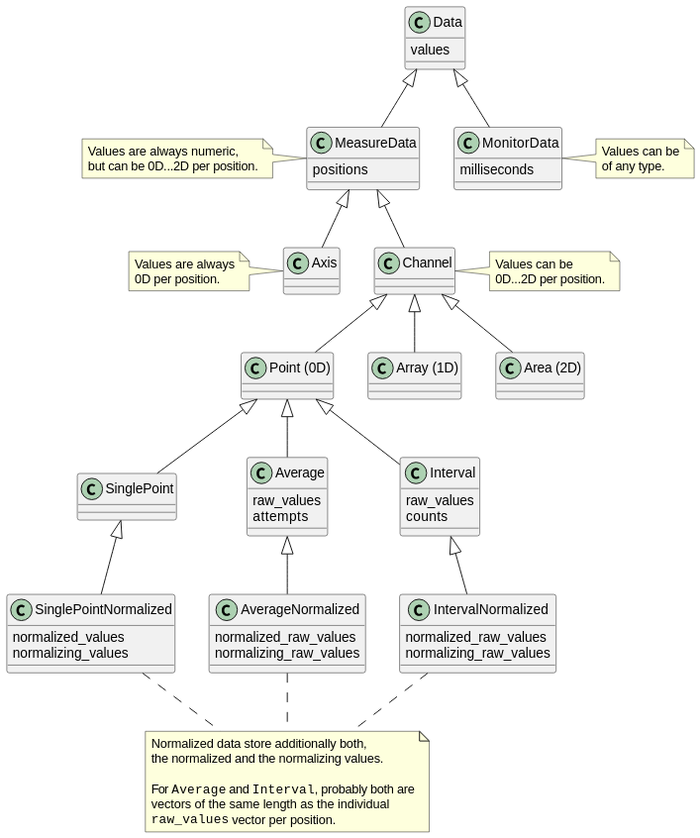
tillbiskup/evedata keeps this PlantUML diagram as docs/uml/data-types.svg. Above is the earlier version.
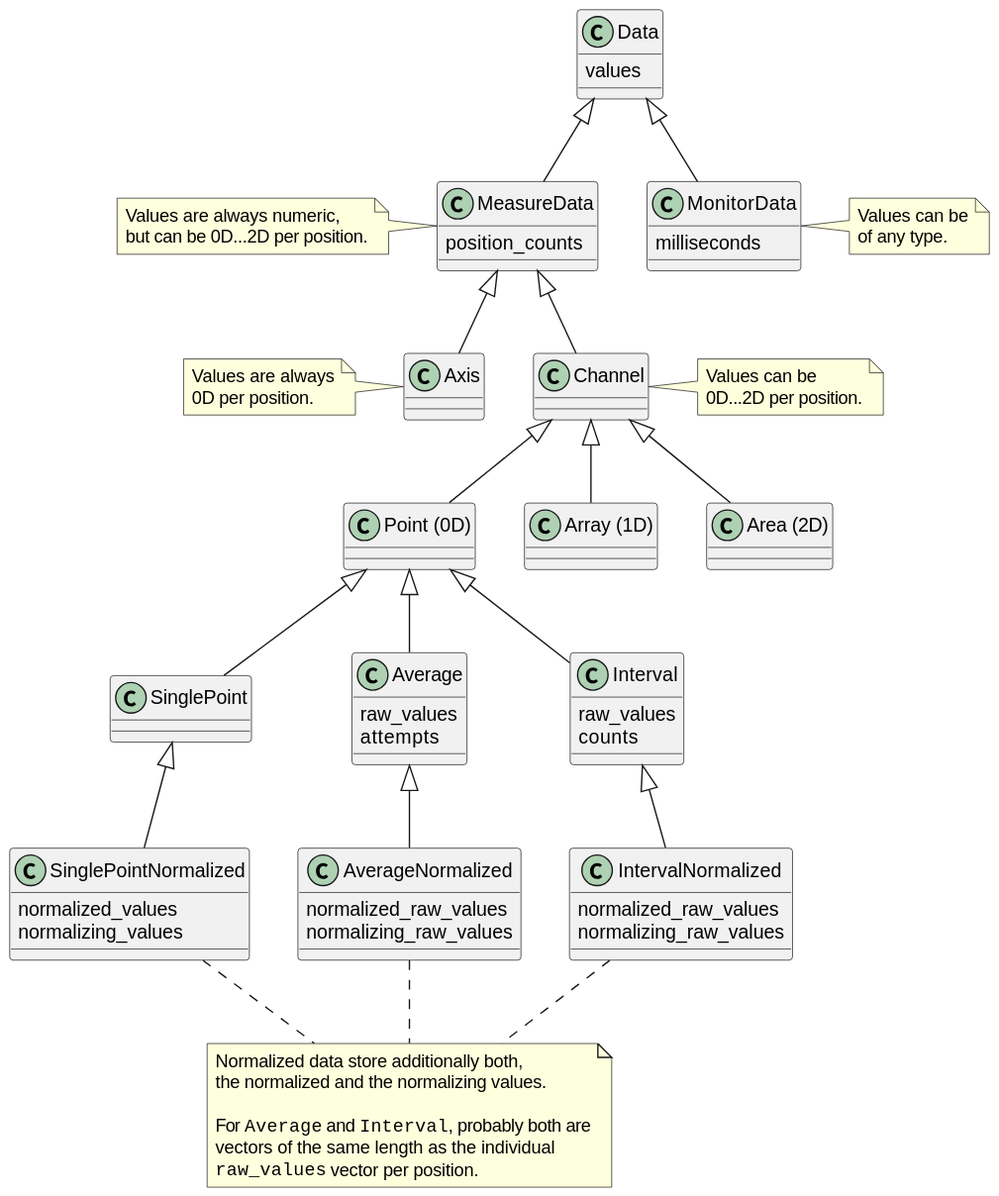
The same diagram one commit later.

Change to the diagram source:
```diff
@@ -5,7 +5,7 @@
 }
 
 class MeasureData extends Data {
-    positions
+    position_counts
 }
 
 note left of MeasureData
```
